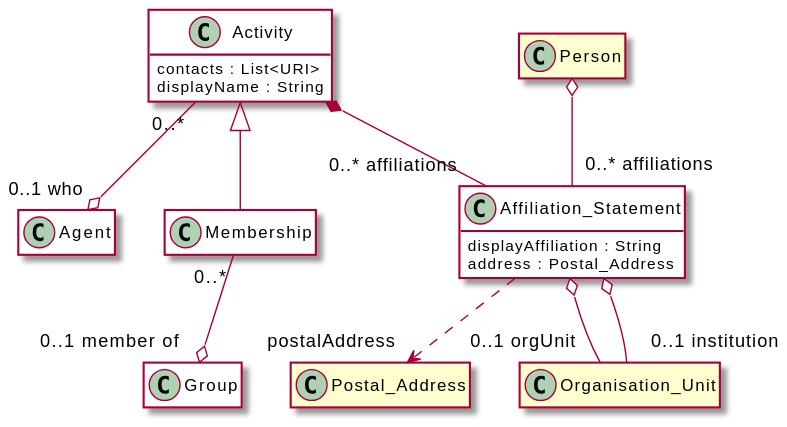
EuroCRIS/CERIF-Core keeps this PlantUML diagram as diagrams/membership.svg. Above is the earlier version. The source it was exported from:
```plantuml
@startuml

    !includesub core.puml!common
    !includesub core.puml!Agent
    !includesub core.puml!Activity
    !includesub core.puml!Membership
    !includesub core.puml!AffiliationStatement

@enduml
```
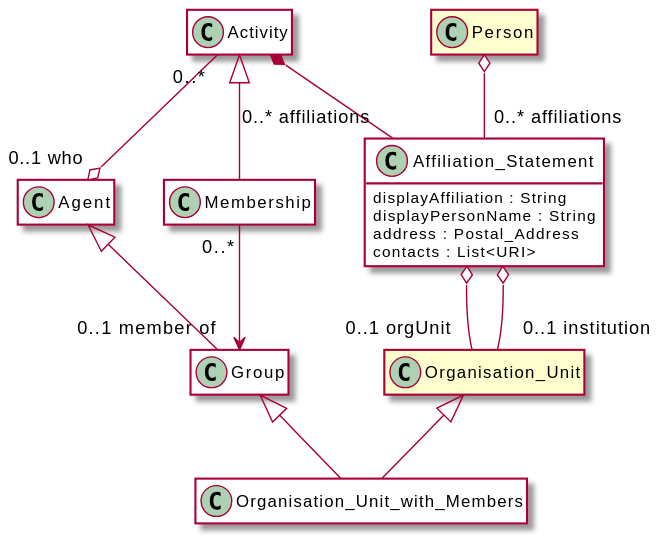
Later version of the same file.

Change to the diagram source:
```diff
@@ -4,6 +4,8 @@
     !includesub core.puml!Agent
     !includesub core.puml!Activity
     !includesub core.puml!Membership
+    !includesub core.puml!Group
+    !includesub core.puml!OrgUnitWithMembers
     !includesub core.puml!AffiliationStatement
 
 @enduml
```
